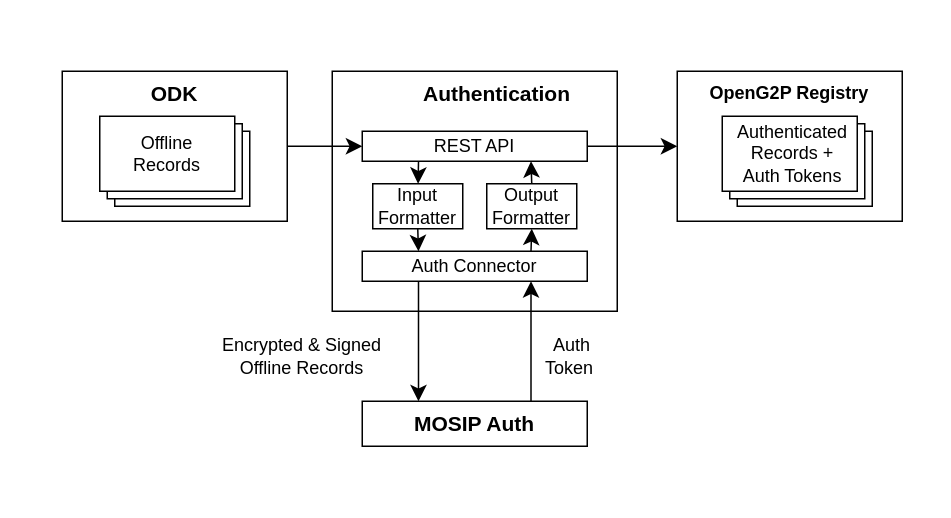
Before: .gitbook/assets/offline-registration-authentication.drawio in OpenG2P/openg2p-documentation, a draw.io diagram. Source tidied: cells renumbered, new cells numbered last; positions are measured from the earlier drawing's top-left corner, leaving out a move shared by most shapes. Both pictures are drawn from the tidied source at 150%, with x=0, y=0 at pixel (62, 70).
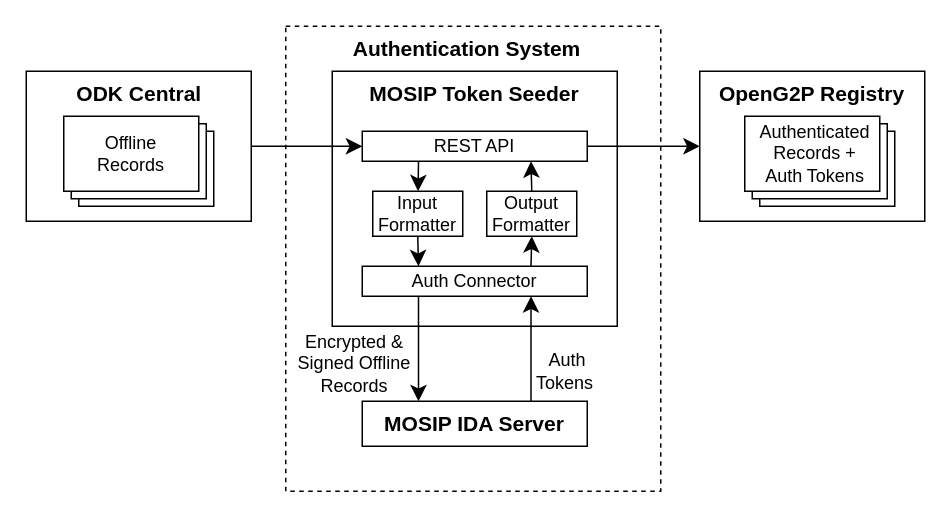
After the change.

The edit, as a diff of the source:
```diff
@@
+    <mxCell id="28" style="rounded=0;whiteSpace=wrap;html=1;fontSize=16;dashed=1;" parent="1" vertex="1">
+      <mxGeometry x="149" y="-30" width="250" height="310" as="geometry" />
+    </mxCell>
     <mxCell id="2" style="rounded=0;whiteSpace=wrap;html=1;fontSize=16;" parent="1" vertex="1">
-      <mxGeometry x="410" width="150" height="100" as="geometry" />
+      <mxGeometry x="425" width="150" height="100" as="geometry" />
     </mxCell>
     <mxCell id="3" style="rounded=0;whiteSpace=wrap;html=1;fontSize=16;" parent="1" vertex="1">
-      <mxGeometry width="150" height="100" as="geometry" />
+      <mxGeometry x="-24" width="150" height="100" as="geometry" />
     </mxCell>
     <mxCell id="4" style="verticalLabelPosition=bottom;verticalAlign=top;html=1;shape=mxgraph.basic.layered_rect;dx=10;whiteSpace=wrap;fontSize=16;" parent="1" vertex="1">
-      <mxGeometry x="25" y="30" width="100" height="60" as="geometry" />
+      <mxGeometry x="1" y="30" width="100" height="60" as="geometry" />
     </mxCell>
     <mxCell id="5" value="Offline Records" style="text;html=1;strokeColor=none;fillColor=none;align=center;verticalAlign=middle;whiteSpace=wrap;rounded=0;fontSize=12;" parent="1" vertex="1">
-      <mxGeometry x="40" y="40" width="60" height="30" as="geometry" />
+      <mxGeometry x="16" y="40" width="60" height="30" as="geometry" />
     </mxCell>
-    <mxCell id="6" value="&lt;b style=&quot;font-size: 14px;&quot;&gt;ODK&lt;/b&gt;" style="text;html=1;strokeColor=none;fillColor=none;align=center;verticalAlign=middle;whiteSpace=wrap;rounded=0;fontSize=14;" parent="1" vertex="1">
-      <mxGeometry x="45" width="60" height="30" as="geometry" />
+    <mxCell id="6" value="&lt;b style=&quot;font-size: 14px;&quot;&gt;ODK Central&lt;/b&gt;" style="text;html=1;strokeColor=none;fillColor=none;align=center;verticalAlign=middle;whiteSpace=wrap;rounded=0;fontSize=14;" parent="1" vertex="1">
+      <mxGeometry x="7.5" width="87" height="30" as="geometry" />
     </mxCell>
     <mxCell id="7" style="rounded=0;whiteSpace=wrap;html=1;fontSize=16;" parent="1" vertex="1">
-      <mxGeometry x="180" width="190" height="160" as="geometry" />
+      <mxGeometry x="180" width="190" height="170" as="geometry" />
     </mxCell>
-    <mxCell id="8" value="&lt;b style=&quot;font-size: 14px;&quot;&gt;Authentication&lt;/b&gt;" style="text;html=1;strokeColor=none;fillColor=none;align=center;verticalAlign=middle;whiteSpace=wrap;rounded=0;fontSize=14;" parent="1" vertex="1">
-      <mxGeometry x="260" width="60" height="30" as="geometry" />
+    <mxCell id="8" value="&lt;b style=&quot;font-size: 14px;&quot;&gt;MOSIP Token Seeder&lt;/b&gt;" style="text;html=1;strokeColor=none;fillColor=none;align=center;verticalAlign=middle;whiteSpace=wrap;rounded=0;fontSize=14;" parent="1" vertex="1">
+      <mxGeometry x="190" width="170" height="30" as="geometry" />
     </mxCell>
-    <mxCell id="9" value="&lt;b style=&quot;font-size: 12px;&quot;&gt;OpenG2P Registry&lt;/b&gt;" style="text;html=1;strokeColor=none;fillColor=none;align=center;verticalAlign=middle;whiteSpace=wrap;rounded=0;fontSize=12;" parent="1" vertex="1">
-      <mxGeometry x="430" width="110" height="30" as="geometry" />
+    <mxCell id="9" value="&lt;b style=&quot;font-size: 14px;&quot;&gt;OpenG2P Registry&lt;/b&gt;" style="text;html=1;strokeColor=none;fillColor=none;align=center;verticalAlign=middle;whiteSpace=wrap;rounded=0;fontSize=14;" parent="1" vertex="1">
+      <mxGeometry x="435" width="130" height="30" as="geometry" />
     </mxCell>
@@
     <mxCell id="13" value="Input Formatter" style="rounded=0;whiteSpace=wrap;html=1;fontSize=12;" parent="1" vertex="1">
-      <mxGeometry x="207" y="75" width="60" height="30" as="geometry" />
+      <mxGeometry x="207" y="80" width="60" height="30" as="geometry" />
     </mxCell>
@@
     <mxCell id="15" value="Output Formatter" style="rounded=0;whiteSpace=wrap;html=1;fontSize=12;" parent="1" vertex="1">
-      <mxGeometry x="283" y="75" width="60" height="30" as="geometry" />
+      <mxGeometry x="283" y="80" width="60" height="30" as="geometry" />
     </mxCell>
@@
     <mxCell id="18" value="Auth Connector" style="rounded=0;whiteSpace=wrap;html=1;fontSize=12;" parent="1" vertex="1">
-      <mxGeometry x="200" y="120" width="150" height="20" as="geometry" />
+      <mxGeometry x="200" y="130" width="150" height="20" as="geometry" />
     </mxCell>
@@
     <mxCell id="21" value="Encrypted &amp;amp; Signed Offline Records" style="text;html=1;strokeColor=none;fillColor=none;align=center;verticalAlign=middle;whiteSpace=wrap;rounded=0;fontSize=12;" parent="1" vertex="1">
-      <mxGeometry x="105" y="170" width="110" height="40" as="geometry" />
+      <mxGeometry x="155" y="175" width="80" height="40" as="geometry" />
     </mxCell>
-    <mxCell id="22" value="Auth Token&amp;nbsp;" style="text;html=1;strokeColor=none;fillColor=none;align=center;verticalAlign=middle;whiteSpace=wrap;rounded=0;fontSize=12;" parent="1" vertex="1">
-      <mxGeometry x="310" y="170" width="60" height="40" as="geometry" />
+    <mxCell id="22" value="Auth Tokens&amp;nbsp;" style="text;html=1;strokeColor=none;fillColor=none;align=center;verticalAlign=middle;whiteSpace=wrap;rounded=0;fontSize=12;" parent="1" vertex="1">
+      <mxGeometry x="307" y="180" width="60" height="40" as="geometry" />
     </mxCell>
@@
     <mxCell id="24" style="verticalLabelPosition=bottom;verticalAlign=top;html=1;shape=mxgraph.basic.layered_rect;dx=10;whiteSpace=wrap;fontSize=16;" parent="1" vertex="1">
-      <mxGeometry x="440" y="30" width="100" height="60" as="geometry" />
+      <mxGeometry x="455" y="30" width="100" height="60" as="geometry" />
     </mxCell>
     <mxCell id="25" value="Authenticated Records + Auth Tokens" style="text;html=1;strokeColor=none;fillColor=none;align=center;verticalAlign=middle;whiteSpace=wrap;rounded=0;fontSize=12;" parent="1" vertex="1">
-      <mxGeometry x="462" y="37.5" width="50" height="35" as="geometry" />
+      <mxGeometry x="477" y="37.5" width="50" height="35" as="geometry" />
     </mxCell>
@@
-    <mxCell id="27" value="MOSIP Auth" style="rounded=0;whiteSpace=wrap;html=1;fontSize=14;fontStyle=1;" parent="1" vertex="1">
+    <mxCell id="27" value="MOSIP IDA Server" style="rounded=0;whiteSpace=wrap;html=1;fontSize=14;fontStyle=1;" parent="1" vertex="1">
       <mxGeometry x="200" y="220" width="150" height="30" as="geometry" />
     </mxCell>
+    <mxCell id="29" value="&lt;b style=&quot;font-size: 14px;&quot;&gt;Authentication System&lt;/b&gt;" style="text;html=1;strokeColor=none;fillColor=none;align=center;verticalAlign=middle;whiteSpace=wrap;rounded=0;fontSize=14;" parent="1" vertex="1">
+      <mxGeometry x="185" y="-30" width="170" height="30" as="geometry" />
+    </mxCell>
```
